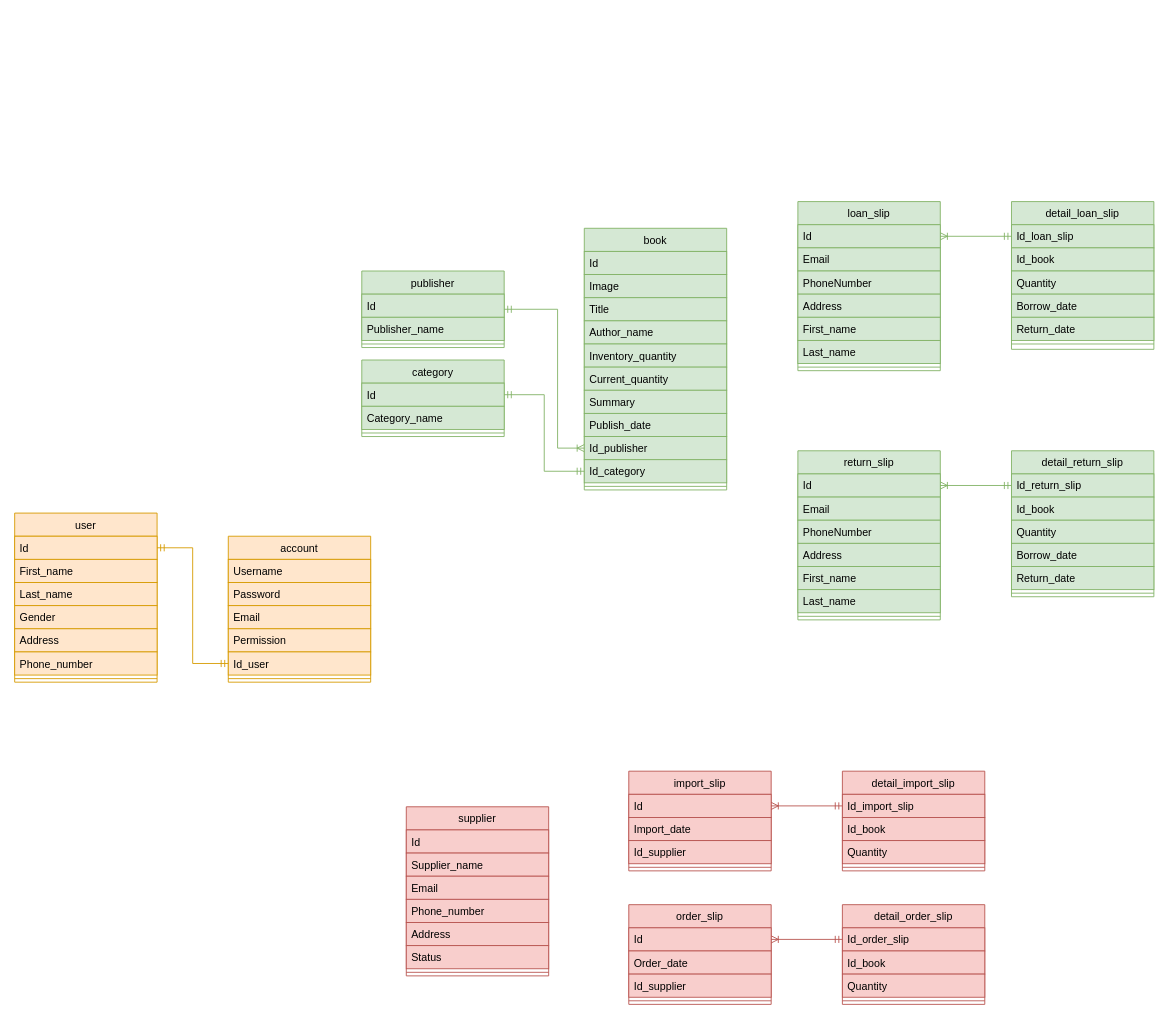
Earlier version of the draw.io diagram DB.drawio (NguyenZuy/MicroService_LibraryManagement). Source tidied: cells renumbered, new cells numbered last; positions are measured from the earlier drawing's top-left corner, leaving out a move shared by most shapes. Both pictures are drawn from the tidied source at 89%, with x=0, y=0 at pixel (14, 201).
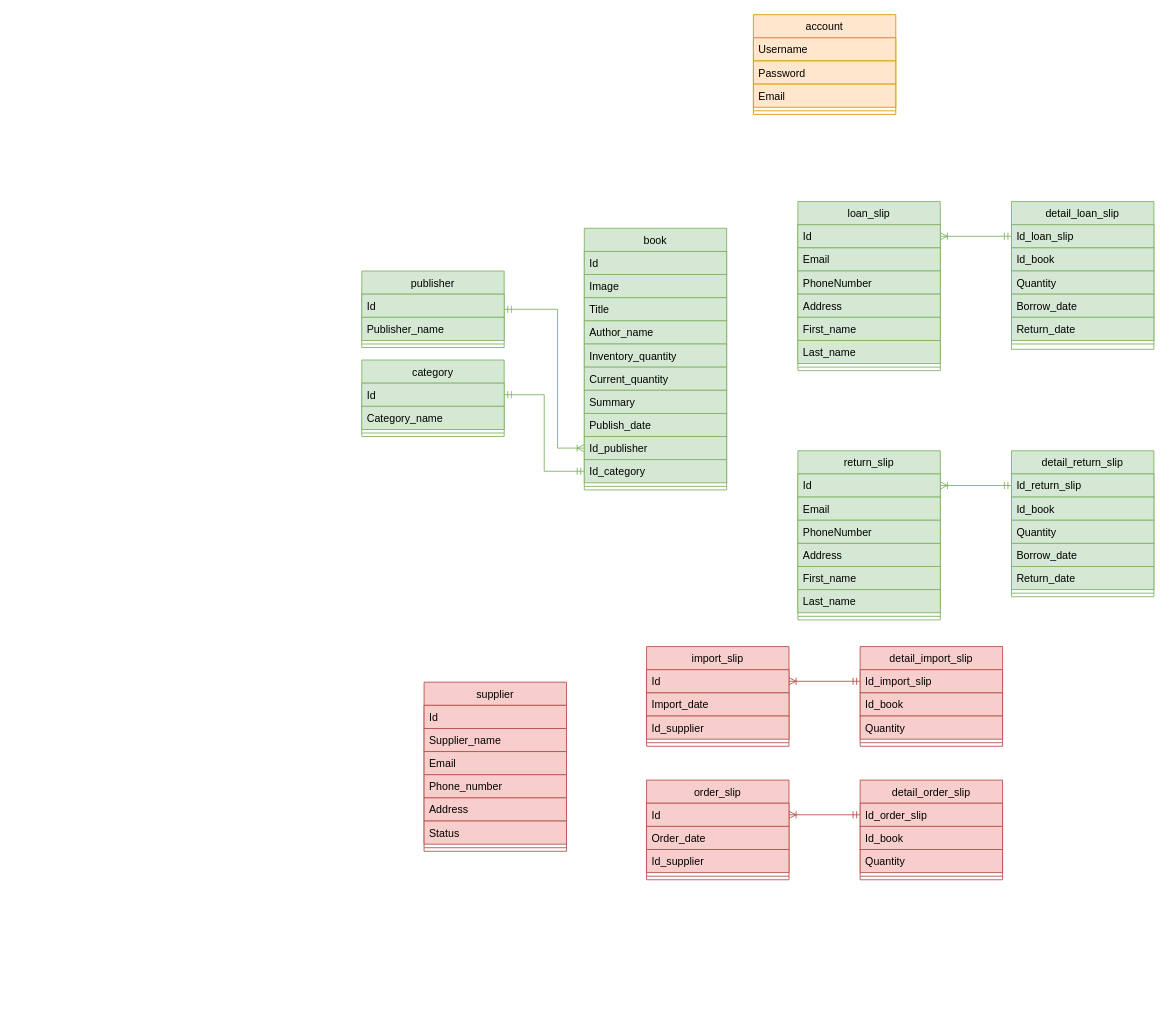
Above is the later version.

Diff of the diagram source:
```diff
@@
     <mxCell id="2" value="account" style="swimlane;fontStyle=0;align=center;verticalAlign=top;horizontal=1;startSize=26;rounded=0;shadow=0;strokeWidth=1;labelBackgroundColor=none;fillColor=#ffe6cc;strokeColor=#d79b00;" parent="1" vertex="1">
-      <mxGeometry x="240" y="376" width="160" height="164" as="geometry" />
+      <mxGeometry x="830" y="-210" width="160" height="112" as="geometry" />
     </mxCell>
@@
-    <mxCell id="6" value="Permission" style="text;align=left;verticalAlign=top;spacingLeft=4;spacingRight=4;overflow=hidden;rounded=0;shadow=0;html=0;labelBackgroundColor=none;fillColor=#ffe6cc;strokeColor=#d79b00;" parent="2" vertex="1">
-      <mxGeometry y="104" width="160" height="26" as="geometry" />
-    </mxCell>
-    <mxCell id="7" value="Id_user" style="text;align=left;verticalAlign=top;spacingLeft=4;spacingRight=4;overflow=hidden;points=[[0,0.5],[1,0.5]];portConstraint=eastwest;rounded=0;shadow=0;html=0;labelBackgroundColor=none;fillColor=#ffe6cc;strokeColor=#d79b00;" parent="2" vertex="1">
-      <mxGeometry y="130" width="160" height="26" as="geometry" />
-    </mxCell>
     <mxCell id="8" style="line;html=1;strokeWidth=1;align=left;verticalAlign=middle;spacingTop=-1;spacingLeft=3;spacingRight=3;labelPosition=right;labelBackgroundColor=none;fillColor=#ffe6cc;strokeColor=#d79b00;" parent="2" vertex="1">
-      <mxGeometry y="156" width="160" height="8" as="geometry" />
+      <mxGeometry y="104" width="160" height="8" as="geometry" />
     </mxCell>
@@
-    <mxCell id="33" value="user" style="swimlane;fontStyle=0;align=center;verticalAlign=top;horizontal=1;startSize=26;rounded=0;shadow=0;strokeWidth=1;labelBackgroundColor=none;fillColor=#ffe6cc;strokeColor=#d79b00;" parent="1" vertex="1">
-      <mxGeometry y="350" width="160" height="190" as="geometry" />
-    </mxCell>
-    <mxCell id="34" value="Id" style="text;align=left;verticalAlign=top;spacingLeft=4;spacingRight=4;overflow=hidden;points=[[0,0.5],[1,0.5]];portConstraint=eastwest;rounded=0;shadow=0;html=0;labelBackgroundColor=none;fillColor=#ffe6cc;strokeColor=#d79b00;" parent="33" vertex="1">
-      <mxGeometry y="26" width="160" height="26" as="geometry" />
-    </mxCell>
-    <mxCell id="35" value="First_name" style="text;align=left;verticalAlign=top;spacingLeft=4;spacingRight=4;overflow=hidden;rounded=0;shadow=0;html=0;labelBackgroundColor=none;fillColor=#ffe6cc;strokeColor=#d79b00;" parent="33" vertex="1">
-      <mxGeometry y="52" width="160" height="26" as="geometry" />
-    </mxCell>
-    <mxCell id="36" value="Last_name" style="text;align=left;verticalAlign=top;spacingLeft=4;spacingRight=4;overflow=hidden;rounded=0;shadow=0;html=0;labelBackgroundColor=none;fillColor=#ffe6cc;strokeColor=#d79b00;" parent="33" vertex="1">
-      <mxGeometry y="78" width="160" height="26" as="geometry" />
-    </mxCell>
-    <mxCell id="37" value="Gender" style="text;align=left;verticalAlign=top;spacingLeft=4;spacingRight=4;overflow=hidden;rounded=0;shadow=0;html=0;labelBackgroundColor=none;fillColor=#ffe6cc;strokeColor=#d79b00;" parent="33" vertex="1">
-      <mxGeometry y="104" width="160" height="26" as="geometry" />
-    </mxCell>
-    <mxCell id="38" value="Address" style="text;align=left;verticalAlign=top;spacingLeft=4;spacingRight=4;overflow=hidden;rounded=0;shadow=0;html=0;labelBackgroundColor=none;fillColor=#ffe6cc;strokeColor=#d79b00;" parent="33" vertex="1">
-      <mxGeometry y="130" width="160" height="26" as="geometry" />
-    </mxCell>
-    <mxCell id="39" value="Phone_number" style="text;align=left;verticalAlign=top;spacingLeft=4;spacingRight=4;overflow=hidden;rounded=0;shadow=0;html=0;labelBackgroundColor=none;fillColor=#ffe6cc;strokeColor=#d79b00;" parent="33" vertex="1">
-      <mxGeometry y="156" width="160" height="26" as="geometry" />
-    </mxCell>
-    <mxCell id="40" style="line;html=1;strokeWidth=1;align=left;verticalAlign=middle;spacingTop=-1;spacingLeft=3;spacingRight=3;labelPosition=right;labelBackgroundColor=none;fillColor=#ffe6cc;strokeColor=#d79b00;" parent="33" vertex="1">
-      <mxGeometry y="182" width="160" height="8" as="geometry" />
-    </mxCell>
-    <mxCell id="41" style="edgeStyle=orthogonalEdgeStyle;rounded=0;jettySize=auto;html=1;entryX=1;entryY=0.5;entryDx=0;entryDy=0;endArrow=ERmandOne;endFill=0;startArrow=ERmandOne;startFill=0;labelBackgroundColor=none;fontColor=default;fillColor=#ffe6cc;strokeColor=#d79b00;" parent="1" edge="1" source="7" target="34">
-      <mxGeometry relative="1" as="geometry" />
-    </mxCell>
@@
     <mxCell id="67" value="supplier" style="swimlane;fontStyle=0;align=center;verticalAlign=top;horizontal=1;startSize=26;rounded=0;shadow=0;strokeWidth=1;labelBackgroundColor=none;fillColor=#f8cecc;strokeColor=#b85450;" parent="1" vertex="1">
-      <mxGeometry x="440" y="680" width="160" height="190" as="geometry" />
+      <mxGeometry x="460" y="540" width="160" height="190" as="geometry" />
     </mxCell>
@@
     <mxCell id="75" value="import_slip" style="swimlane;fontStyle=0;align=center;verticalAlign=top;horizontal=1;startSize=26;rounded=0;shadow=0;strokeWidth=1;labelBackgroundColor=none;fillColor=#f8cecc;strokeColor=#b85450;" parent="1" vertex="1">
-      <mxGeometry x="690" y="640" width="160" height="112" as="geometry" />
+      <mxGeometry x="710" y="500" width="160" height="112" as="geometry" />
     </mxCell>
@@
     <mxCell id="80" value="detail_import_slip" style="swimlane;fontStyle=0;align=center;verticalAlign=top;horizontal=1;startSize=26;rounded=0;shadow=0;strokeWidth=1;labelBackgroundColor=none;fillColor=#f8cecc;strokeColor=#b85450;" parent="1" vertex="1">
-      <mxGeometry x="930" y="640" width="160" height="112" as="geometry" />
+      <mxGeometry x="950" y="500" width="160" height="112" as="geometry" />
     </mxCell>
@@
     <mxCell id="86" value="order_slip" style="swimlane;fontStyle=0;align=center;verticalAlign=top;horizontal=1;startSize=26;rounded=0;shadow=0;strokeWidth=1;labelBackgroundColor=none;fillColor=#f8cecc;strokeColor=#b85450;" parent="1" vertex="1">
-      <mxGeometry x="690" y="790" width="160" height="112" as="geometry" />
+      <mxGeometry x="710" y="650" width="160" height="112" as="geometry" />
     </mxCell>
@@
     <mxCell id="91" value="detail_order_slip" style="swimlane;fontStyle=0;align=center;verticalAlign=top;horizontal=1;startSize=26;rounded=0;shadow=0;strokeWidth=1;labelBackgroundColor=none;fillColor=#f8cecc;strokeColor=#b85450;" parent="1" vertex="1">
-      <mxGeometry x="930" y="790" width="160" height="112" as="geometry" />
+      <mxGeometry x="950" y="650" width="160" height="112" as="geometry" />
     </mxCell>
```
